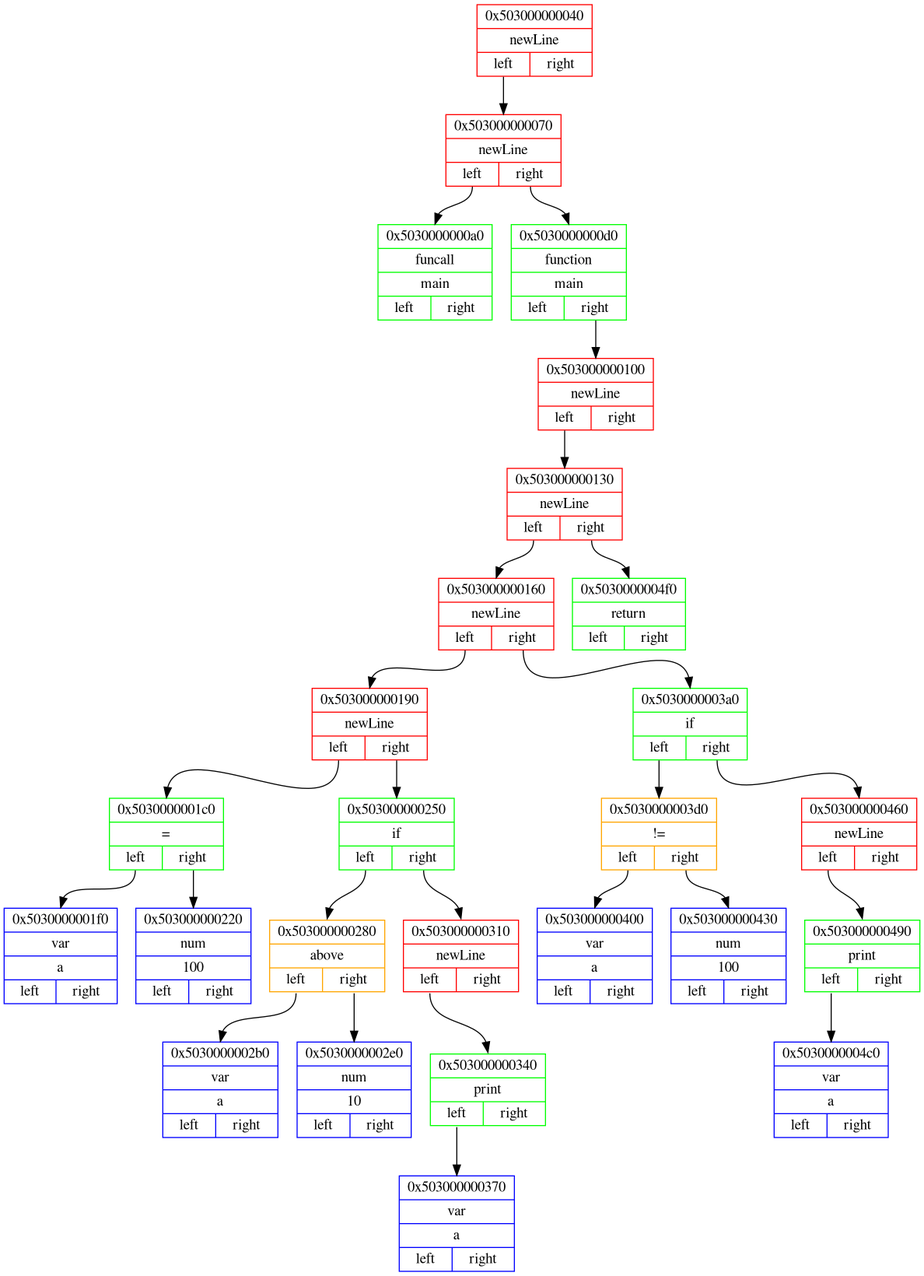
This is png_files/backendDotFile.dot.png from Matvey787/myProgLanguage, a Graphviz export, as it was before one commit. Its source is kept beside it as dot_files/backendDotFile.dot.
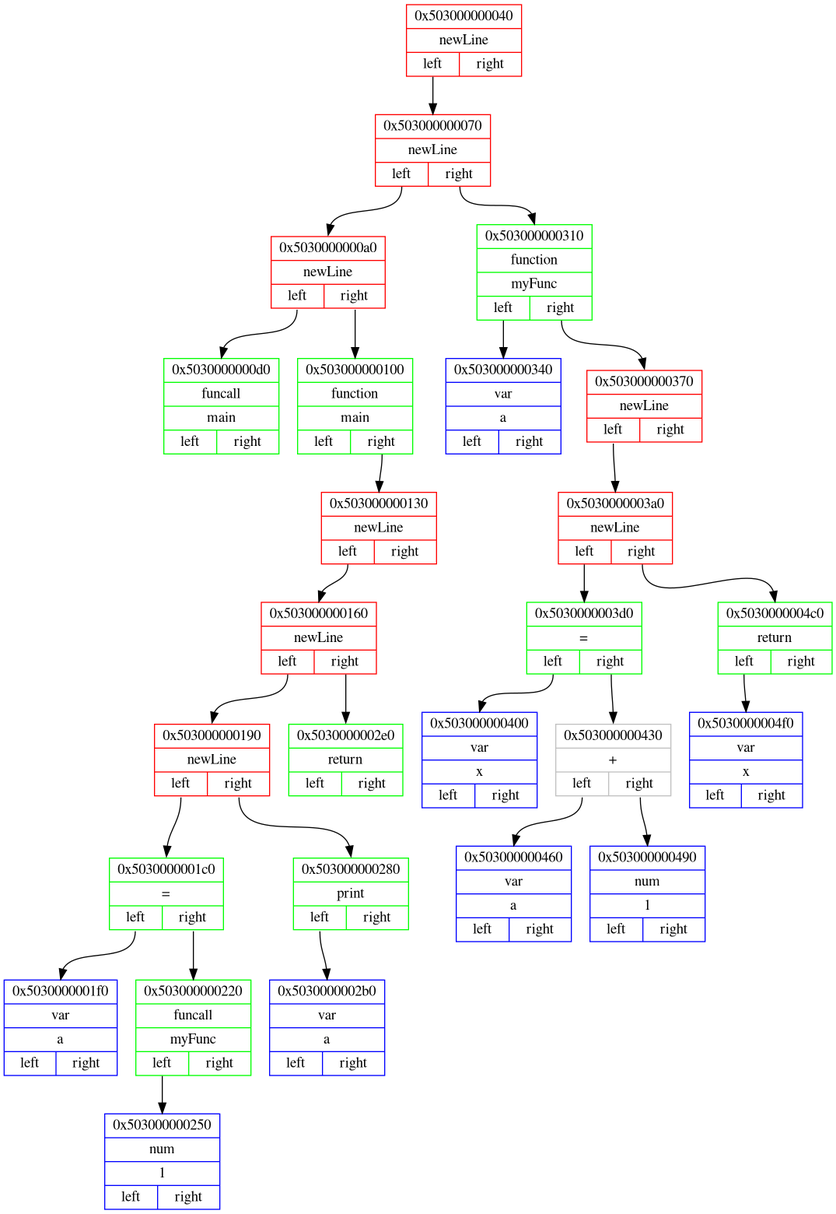
After the commit.

Change to the diagram source:
```diff
@@ -4,53 +4,53 @@
 
 node0x503000000040 [ shape=record, color = red rank = 1, label= "{ 0x503000000040 | newLine |         {<n0x503000000040_l> left | <n0x503000000040_r> right}} " ];
 node0x503000000070 [ shape=record, color = red rank = 2, label= "{ 0x503000000070 | newLine |         {<n0x503000000070_l> left | <n0x503000000070_r> right}} " ];
-node0x5030000000a0 [ shape=record, color = green rank = 3, label= "{ 0x5030000000a0 | funcall | main |         {<n0x5030000000a0_l> left | <n0x5030000000a0_r> right}} " ];
-node0x503000000070:<n0x503000000070_l>:s -> node0x5030000000a0:n [ color = black; ]
-node0x5030000000d0 [ shape=record, color = green rank = 4, label= "{ 0x5030000000d0 | function | main |         {<n0x5030000000d0_l> left | <n0x5030000000d0_r> right}} " ];
-node0x503000000100 [ shape=record, color = red rank = 5, label= "{ 0x503000000100 | newLine |         {<n0x503000000100_l> left | <n0x503000000100_r> right}} " ];
+node0x5030000000a0 [ shape=record, color = red rank = 3, label= "{ 0x5030000000a0 | newLine |         {<n0x5030000000a0_l> left | <n0x5030000000a0_r> right}} " ];
+node0x5030000000d0 [ shape=record, color = green rank = 4, label= "{ 0x5030000000d0 | funcall | main |         {<n0x5030000000d0_l> left | <n0x5030000000d0_r> right}} " ];
+node0x5030000000a0:<n0x5030000000a0_l>:s -> node0x5030000000d0:n [ color = black; ]
+node0x503000000100 [ shape=record, color = green rank = 5, label= "{ 0x503000000100 | function | main |         {<n0x503000000100_l> left | <n0x503000000100_r> right}} " ];
 node0x503000000130 [ shape=record, color = red rank = 6, label= "{ 0x503000000130 | newLine |         {<n0x503000000130_l> left | <n0x503000000130_r> right}} " ];
 node0x503000000160 [ shape=record, color = red rank = 7, label= "{ 0x503000000160 | newLine |         {<n0x503000000160_l> left | <n0x503000000160_r> right}} " ];
 node0x503000000190 [ shape=record, color = red rank = 8, label= "{ 0x503000000190 | newLine |         {<n0x503000000190_l> left | <n0x503000000190_r> right}} " ];
 node0x5030000001c0 [ shape=record, color = green rank = 9, label= "{ 0x5030000001c0 | = |         {<n0x5030000001c0_l> left | <n0x5030000001c0_r> right}} " ];
 node0x5030000001f0 [ shape=record, color = blue rank = 10, label= "{ 0x5030000001f0 | var | a |         {<n0x5030000001f0_l> left | <n0x5030000001f0_r> right}} " ];
 node0x5030000001c0:<n0x5030000001c0_l>:s -> node0x5030000001f0:n [ color = black; ]
-node0x503000000220 [ shape=record, color = blue rank = 11, label= "{ 0x503000000220 | num | 100 |         {<n0x503000000220_l> left | <n0x503000000220_r> right}} " ];
+node0x503000000220 [ shape=record, color = green rank = 11, label= "{ 0x503000000220 | funcall | myFunc |         {<n0x503000000220_l> left | <n0x503000000220_r> right}} " ];
+node0x503000000250 [ shape=record, color = blue rank = 12, label= "{ 0x503000000250 | num | 1 |         {<n0x503000000250_l> left | <n0x503000000250_r> right}} " ];
+node0x503000000220:<n0x503000000220_l>:s -> node0x503000000250:n [ color = black; ]
 node0x5030000001c0:<n0x5030000001c0_r>:s -> node0x503000000220:n [ color = black; ]
 node0x503000000190:<n0x503000000190_l>:s -> node0x5030000001c0:n [ color = black; ]
-node0x503000000250 [ shape=record, color = green rank = 10, label= "{ 0x503000000250 | if |         {<n0x503000000250_l> left | <n0x503000000250_r> right}} " ];
-node0x503000000280 [ shape=record, color = orange rank = 11, label= "{ 0x503000000280 | above |         {<n0x503000000280_l> left | <n0x503000000280_r> right}} " ];
-node0x5030000002b0 [ shape=record, color = blue rank = 12, label= "{ 0x5030000002b0 | var | a |         {<n0x5030000002b0_l> left | <n0x5030000002b0_r> right}} " ];
+node0x503000000280 [ shape=record, color = green rank = 10, label= "{ 0x503000000280 | print |         {<n0x503000000280_l> left | <n0x503000000280_r> right}} " ];
+node0x5030000002b0 [ shape=record, color = blue rank = 11, label= "{ 0x5030000002b0 | var | a |         {<n0x5030000002b0_l> left | <n0x5030000002b0_r> right}} " ];
 node0x503000000280:<n0x503000000280_l>:s -> node0x5030000002b0:n [ color = black; ]
-node0x5030000002e0 [ shape=record, color = blue rank = 13, label= "{ 0x5030000002e0 | num | 10 |         {<n0x5030000002e0_l> left | <n0x5030000002e0_r> right}} " ];
-node0x503000000280:<n0x503000000280_r>:s -> node0x5030000002e0:n [ color = black; ]
-node0x503000000250:<n0x503000000250_l>:s -> node0x503000000280:n [ color = black; ]
-node0x503000000310 [ shape=record, color = red rank = 12, label= "{ 0x503000000310 | newLine |         {<n0x503000000310_l> left | <n0x503000000310_r> right}} " ];
-node0x503000000340 [ shape=record, color = green rank = 13, label= "{ 0x503000000340 | print |         {<n0x503000000340_l> left | <n0x503000000340_r> right}} " ];
-node0x503000000370 [ shape=record, color = blue rank = 14, label= "{ 0x503000000370 | var | a |         {<n0x503000000370_l> left | <n0x503000000370_r> right}} " ];
-node0x503000000340:<n0x503000000340_l>:s -> node0x503000000370:n [ color = black; ]
+node0x503000000190:<n0x503000000190_r>:s -> node0x503000000280:n [ color = black; ]
+node0x503000000160:<n0x503000000160_l>:s -> node0x503000000190:n [ color = black; ]
+node0x5030000002e0 [ shape=record, color = green rank = 9, label= "{ 0x5030000002e0 | return |         {<n0x5030000002e0_l> left | <n0x5030000002e0_r> right}} " ];
+node0x503000000160:<n0x503000000160_r>:s -> node0x5030000002e0:n [ color = black; ]
+node0x503000000130:<n0x503000000130_l>:s -> node0x503000000160:n [ color = black; ]
+node0x503000000100:<n0x503000000100_r>:s -> node0x503000000130:n [ color = black; ]
+node0x5030000000a0:<n0x5030000000a0_r>:s -> node0x503000000100:n [ color = black; ]
+node0x503000000070:<n0x503000000070_l>:s -> node0x5030000000a0:n [ color = black; ]
+node0x503000000310 [ shape=record, color = green rank = 4, label= "{ 0x503000000310 | function | myFunc |         {<n0x503000000310_l> left | <n0x503000000310_r> right}} " ];
+node0x503000000340 [ shape=record, color = blue rank = 5, label= "{ 0x503000000340 | var | a |         {<n0x503000000340_l> left | <n0x503000000340_r> right}} " ];
 node0x503000000310:<n0x503000000310_l>:s -> node0x503000000340:n [ color = black; ]
-node0x503000000250:<n0x503000000250_r>:s -> node0x503000000310:n [ color = black; ]
-node0x503000000190:<n0x503000000190_r>:s -> node0x503000000250:n [ color = black; ]
-node0x503000000160:<n0x503000000160_l>:s -> node0x503000000190:n [ color = black; ]
-node0x5030000003a0 [ shape=record, color = green rank = 9, label= "{ 0x5030000003a0 | if |         {<n0x5030000003a0_l> left | <n0x5030000003a0_r> right}} " ];
-node0x5030000003d0 [ shape=record, color = orange rank = 10, label= "{ 0x5030000003d0 | != |         {<n0x5030000003d0_l> left | <n0x5030000003d0_r> right}} " ];
-node0x503000000400 [ shape=record, color = blue rank = 11, label= "{ 0x503000000400 | var | a |         {<n0x503000000400_l> left | <n0x503000000400_r> right}} " ];
+node0x503000000370 [ shape=record, color = red rank = 6, label= "{ 0x503000000370 | newLine |         {<n0x503000000370_l> left | <n0x503000000370_r> right}} " ];
+node0x5030000003a0 [ shape=record, color = red rank = 7, label= "{ 0x5030000003a0 | newLine |         {<n0x5030000003a0_l> left | <n0x5030000003a0_r> right}} " ];
+node0x5030000003d0 [ shape=record, color = green rank = 8, label= "{ 0x5030000003d0 | = |         {<n0x5030000003d0_l> left | <n0x5030000003d0_r> right}} " ];
+node0x503000000400 [ shape=record, color = blue rank = 9, label= "{ 0x503000000400 | var | x |         {<n0x503000000400_l> left | <n0x503000000400_r> right}} " ];
 node0x5030000003d0:<n0x5030000003d0_l>:s -> node0x503000000400:n [ color = black; ]
-node0x503000000430 [ shape=record, color = blue rank = 12, label= "{ 0x503000000430 | num | 100 |         {<n0x503000000430_l> left | <n0x503000000430_r> right}} " ];
+node0x503000000430 [ shape=record, color = grey rank = 10, label= "{ 0x503000000430 | + |         {<n0x503000000430_l> left | <n0x503000000430_r> right}} " ];
+node0x503000000460 [ shape=record, color = blue rank = 11, label= "{ 0x503000000460 | var | a |         {<n0x503000000460_l> left | <n0x503000000460_r> right}} " ];
+node0x503000000430:<n0x503000000430_l>:s -> node0x503000000460:n [ color = black; ]
+node0x503000000490 [ shape=record, color = blue rank = 12, label= "{ 0x503000000490 | num | 1 |         {<n0x503000000490_l> left | <n0x503000000490_r> right}} " ];
+node0x503000000430:<n0x503000000430_r>:s -> node0x503000000490:n [ color = black; ]
 node0x5030000003d0:<n0x5030000003d0_r>:s -> node0x503000000430:n [ color = black; ]
 node0x5030000003a0:<n0x5030000003a0_l>:s -> node0x5030000003d0:n [ color = black; ]
-node0x503000000460 [ shape=record, color = red rank = 11, label= "{ 0x503000000460 | newLine |         {<n0x503000000460_l> left | <n0x503000000460_r> right}} " ];
-node0x503000000490 [ shape=record, color = green rank = 12, label= "{ 0x503000000490 | print |         {<n0x503000000490_l> left | <n0x503000000490_r> right}} " ];
-node0x5030000004c0 [ shape=record, color = blue rank = 13, label= "{ 0x5030000004c0 | var | a |         {<n0x5030000004c0_l> left | <n0x5030000004c0_r> right}} " ];
-node0x503000000490:<n0x503000000490_l>:s -> node0x5030000004c0:n [ color = black; ]
-node0x503000000460:<n0x503000000460_l>:s -> node0x503000000490:n [ color = black; ]
-node0x5030000003a0:<n0x5030000003a0_r>:s -> node0x503000000460:n [ color = black; ]
-node0x503000000160:<n0x503000000160_r>:s -> node0x5030000003a0:n [ color = black; ]
-node0x503000000130:<n0x503000000130_l>:s -> node0x503000000160:n [ color = black; ]
-node0x5030000004f0 [ shape=record, color = green rank = 8, label= "{ 0x5030000004f0 | return |         {<n0x5030000004f0_l> left | <n0x5030000004f0_r> right}} " ];
-node0x503000000130:<n0x503000000130_r>:s -> node0x5030000004f0:n [ color = black; ]
-node0x503000000100:<n0x503000000100_l>:s -> node0x503000000130:n [ color = black; ]
-node0x5030000000d0:<n0x5030000000d0_r>:s -> node0x503000000100:n [ color = black; ]
-node0x503000000070:<n0x503000000070_r>:s -> node0x5030000000d0:n [ color = black; ]
+node0x5030000004c0 [ shape=record, color = green rank = 9, label= "{ 0x5030000004c0 | return |         {<n0x5030000004c0_l> left | <n0x5030000004c0_r> right}} " ];
+node0x5030000004f0 [ shape=record, color = blue rank = 10, label= "{ 0x5030000004f0 | var | x |         {<n0x5030000004f0_l> left | <n0x5030000004f0_r> right}} " ];
+node0x5030000004c0:<n0x5030000004c0_l>:s -> node0x5030000004f0:n [ color = black; ]
+node0x5030000003a0:<n0x5030000003a0_r>:s -> node0x5030000004c0:n [ color = black; ]
+node0x503000000370:<n0x503000000370_l>:s -> node0x5030000003a0:n [ color = black; ]
+node0x503000000310:<n0x503000000310_r>:s -> node0x503000000370:n [ color = black; ]
+node0x503000000070:<n0x503000000070_r>:s -> node0x503000000310:n [ color = black; ]
 node0x503000000040:<n0x503000000040_l>:s -> node0x503000000070:n [ color = black; ]
 }
```
